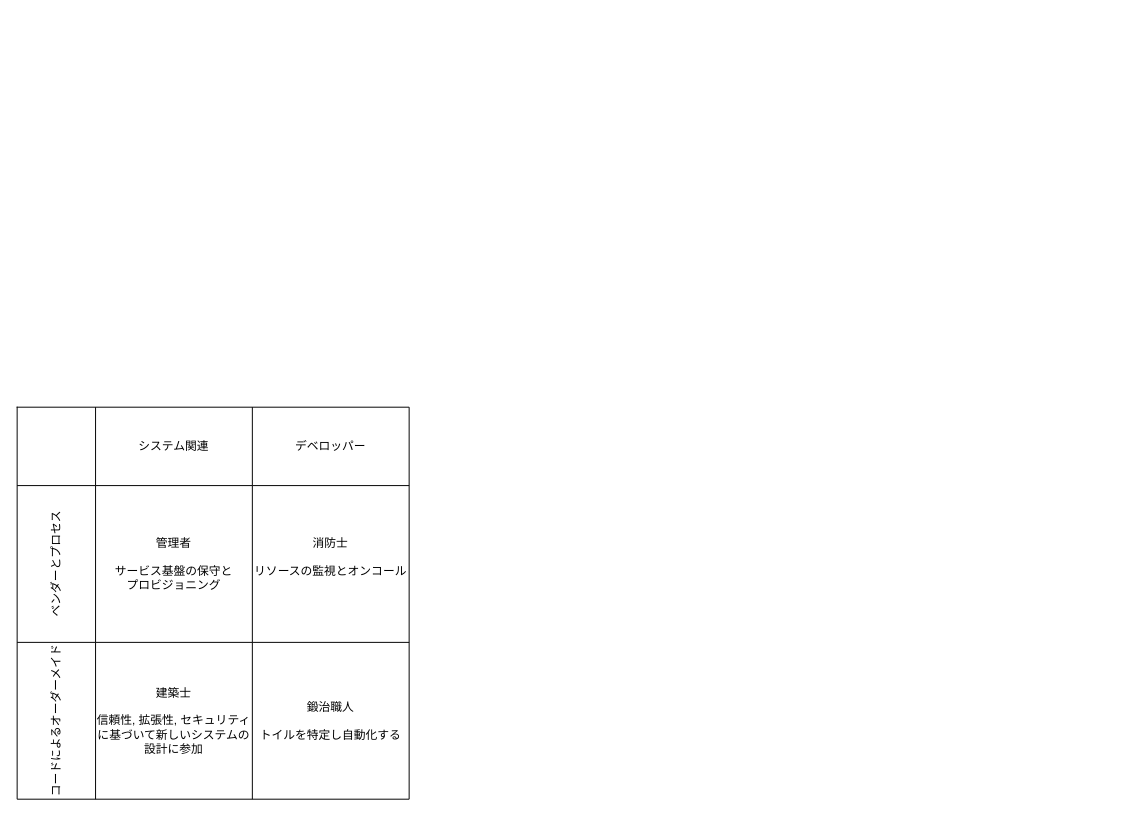
Before: page "figure" (9 of 9) of map.drawio in cyokozai/k8sLB, a draw.io diagram. Source tidied: cells renumbered, new cells numbered last; positions are measured from the earlier drawing's top-left corner, leaving out a move shared by most shapes. Both pictures are drawn from the tidied source at 98%, with x=0, y=0 at pixel (17, 407).
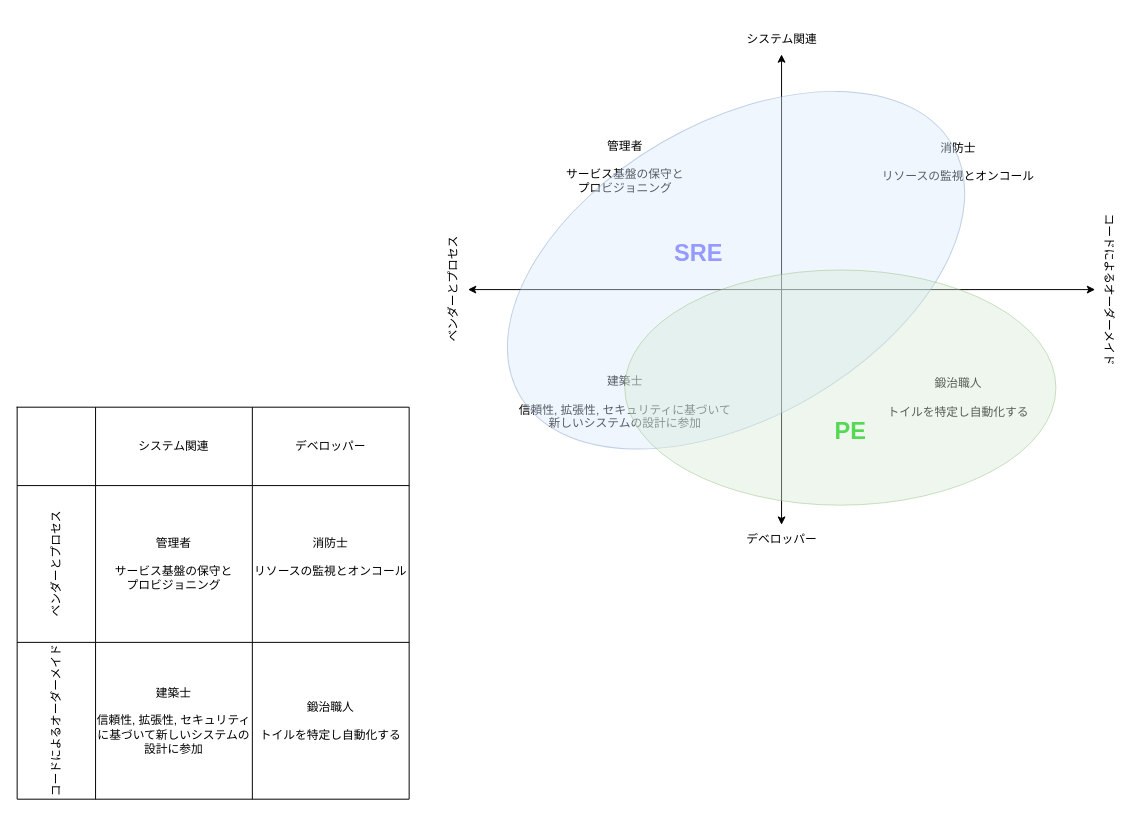
Above is the later version.

Commit message:
Update map.drawio with revised figure descriptions

Diff of the diagram source:
```diff
@@
+    <mxCell id="15" style="endArrow=classic;startArrow=classic;html=1;" parent="1" edge="1">
+      <mxGeometry relative="1" as="geometry">
+        <mxPoint x="460" y="-120" as="sourcePoint" />
+        <mxPoint x="1100" y="-120" as="targetPoint" />
+      </mxGeometry>
+    </mxCell>
+    <mxCell id="16" style="endArrow=classic;startArrow=classic;html=1;" parent="1" edge="1">
+      <mxGeometry relative="1" as="geometry">
+        <mxPoint x="780" y="120" as="sourcePoint" />
+        <mxPoint x="780" y="-360" as="targetPoint" />
+      </mxGeometry>
+    </mxCell>
+    <mxCell id="17" value="&lt;span style=&quot;&quot;&gt;システム関連&lt;/span&gt;" style="text;html=1;align=center;verticalAlign=middle;strokeColor=none;fillColor=none;" parent="1" vertex="1">
+      <mxGeometry x="735" y="-390" width="90" height="30" as="geometry" />
+    </mxCell>
+    <mxCell id="18" value="&lt;span style=&quot;&quot;&gt;デベロッパー&lt;/span&gt;" style="text;html=1;align=center;verticalAlign=middle;strokeColor=none;fillColor=none;" parent="1" vertex="1">
+      <mxGeometry x="735" y="120" width="90" height="30" as="geometry" />
+    </mxCell>
+    <mxCell id="19" value="&lt;span style=&quot;&quot;&gt;ベンダーとプロセス&lt;/span&gt;" style="text;html=1;align=center;verticalAlign=middle;strokeColor=none;fillColor=none;rotation=-90;" parent="1" vertex="1">
+      <mxGeometry x="380" y="-135" width="130" height="30" as="geometry" />
+    </mxCell>
+    <mxCell id="20" value="&lt;span style=&quot;&quot;&gt;コードによるオーダーメイド&lt;/span&gt;" style="text;html=1;align=center;verticalAlign=middle;strokeColor=none;fillColor=none;rotation=90;" parent="1" vertex="1">
+      <mxGeometry x="1025" y="-135" width="180" height="30" as="geometry" />
+    </mxCell>
+    <mxCell id="21" value="&lt;span style=&quot;&quot;&gt;管理者&lt;/span&gt;&lt;div style=&quot;border-color: var(--border-color);&quot;&gt;&lt;br style=&quot;border-color: var(--border-color);&quot;&gt;&lt;/div&gt;&lt;div style=&quot;border-color: var(--border-color);&quot;&gt;サービス基盤の保守と&lt;/div&gt;&lt;div style=&quot;border-color: var(--border-color);&quot;&gt;プロビジョニング&lt;/div&gt;" style="text;html=1;align=center;verticalAlign=middle;strokeColor=none;fillColor=none;" parent="1" vertex="1">
+      <mxGeometry x="550" y="-280" width="140" height="70" as="geometry" />
+    </mxCell>
+    <mxCell id="22" value="消防士&lt;div style=&quot;border-color: var(--border-color);&quot;&gt;&lt;br style=&quot;border-color: var(--border-color);&quot;&gt;&lt;div style=&quot;border-color: var(--border-color);&quot;&gt;リソースの監視とオンコール&lt;/div&gt;&lt;/div&gt;" style="text;html=1;align=center;verticalAlign=middle;strokeColor=none;fillColor=none;" parent="1" vertex="1">
+      <mxGeometry x="870" y="-280" width="180" height="60" as="geometry" />
+    </mxCell>
+    <mxCell id="23" value="&lt;span style=&quot;&quot;&gt;建築士&lt;/span&gt;&lt;br style=&quot;border-color: var(--border-color);&quot;&gt;&lt;br style=&quot;border-color: var(--border-color);&quot;&gt;&lt;span style=&quot;&quot;&gt;信頼性, 拡張性, セキュリティに基づいて&lt;br&gt;新しいシステムの設計に参加&lt;/span&gt;" style="text;html=1;align=center;verticalAlign=middle;strokeColor=none;fillColor=none;" parent="1" vertex="1">
+      <mxGeometry x="500" y="-40" width="240" height="70" as="geometry" />
+    </mxCell>
+    <mxCell id="24" value="&lt;span style=&quot;&quot;&gt;鍛治職人&lt;/span&gt;&lt;br style=&quot;border-color: var(--border-color);&quot;&gt;&lt;br style=&quot;border-color: var(--border-color);&quot;&gt;&lt;span style=&quot;&quot;&gt;トイルを特定し自動化する&lt;/span&gt;" style="text;html=1;align=center;verticalAlign=middle;strokeColor=none;fillColor=none;" parent="1" vertex="1">
+      <mxGeometry x="875" y="-40" width="170" height="60" as="geometry" />
+    </mxCell>
+    <mxCell id="25" value="&lt;h1&gt;SRE&lt;/h1&gt;" style="text;html=1;align=center;verticalAlign=middle;strokeColor=none;fillColor=none;fontColor=#6666FF;" parent="1" vertex="1">
+      <mxGeometry x="660" y="-192" width="70" height="70" as="geometry" />
+    </mxCell>
+    <mxCell id="26" style="ellipse;whiteSpace=wrap;html=1;fillColor=#dae8fc;strokeColor=#6c8ebf;opacity=40;rotation=-30;" parent="1" vertex="1">
+      <mxGeometry x="478.6" y="-290.5" width="510" height="301.4" as="geometry" />
+    </mxCell>
+    <mxCell id="27" value="&lt;h1&gt;&lt;font color=&quot;#00cc00&quot;&gt;PE&lt;/font&gt;&lt;/h1&gt;" style="text;html=1;align=center;verticalAlign=middle;strokeColor=none;fillColor=none;fontColor=#6666FF;" parent="1" vertex="1">
+      <mxGeometry x="820" y="-10" width="60" height="70" as="geometry" />
+    </mxCell>
+    <mxCell id="28" style="ellipse;whiteSpace=wrap;html=1;opacity=40;fillColor=#d5e8d4;strokeColor=#82b366;" parent="1" vertex="1">
+      <mxGeometry x="620" y="-140" width="440" height="240" as="geometry" />
+    </mxCell>
```
